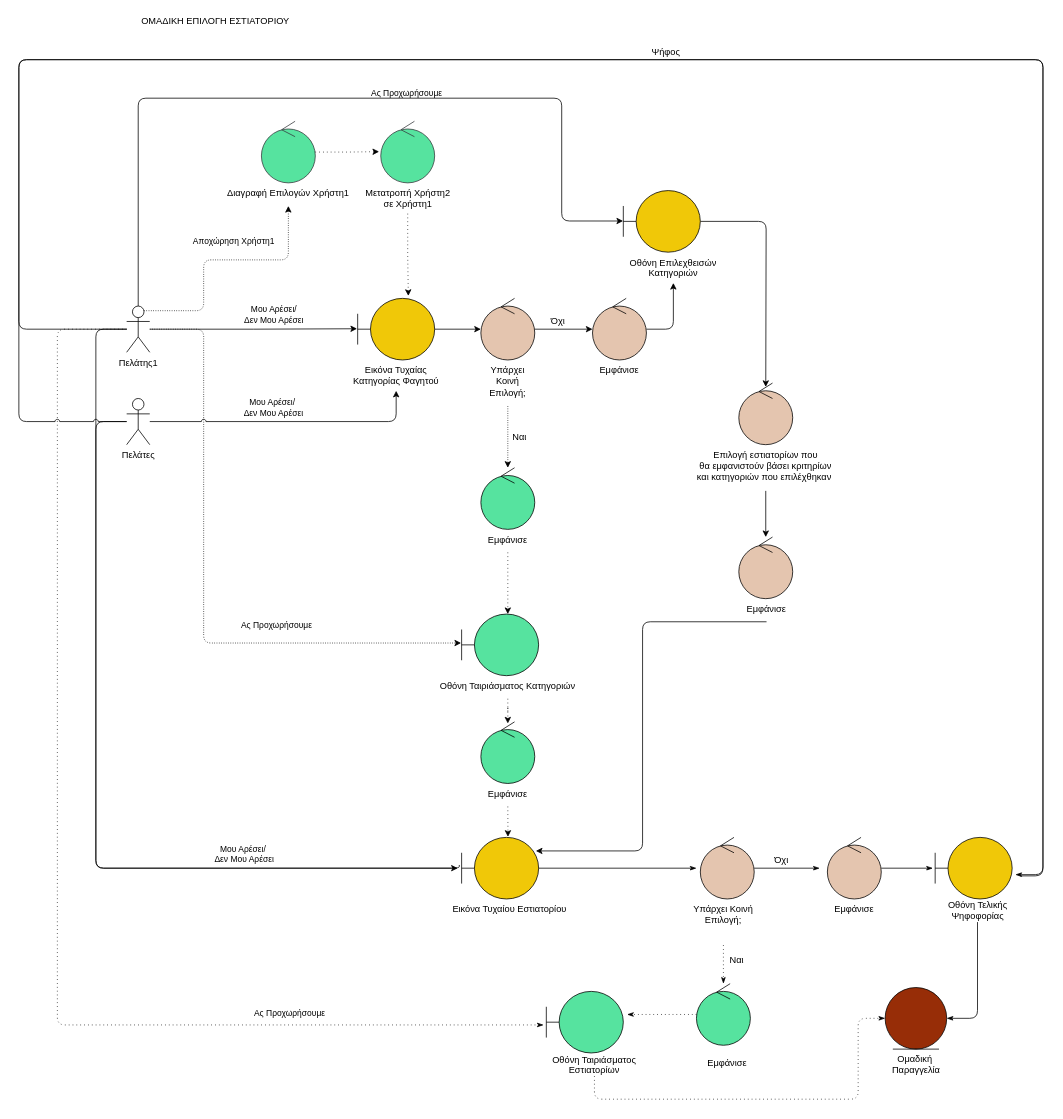
The draw.io diagram docs/contributions/AthanasiaZ/Writing-Charts/Phase4/robustness_team_choice_restaurant.drawio in iloudaros/nomnomr, before the edit. Source tidied: cells renumbered, new cells numbered last; positions are measured from the earlier drawing's top-left corner, leaving out a move shared by most shapes. Both pictures are drawn from the tidied source at 77%, with x=0, y=0 at pixel (18, 13).
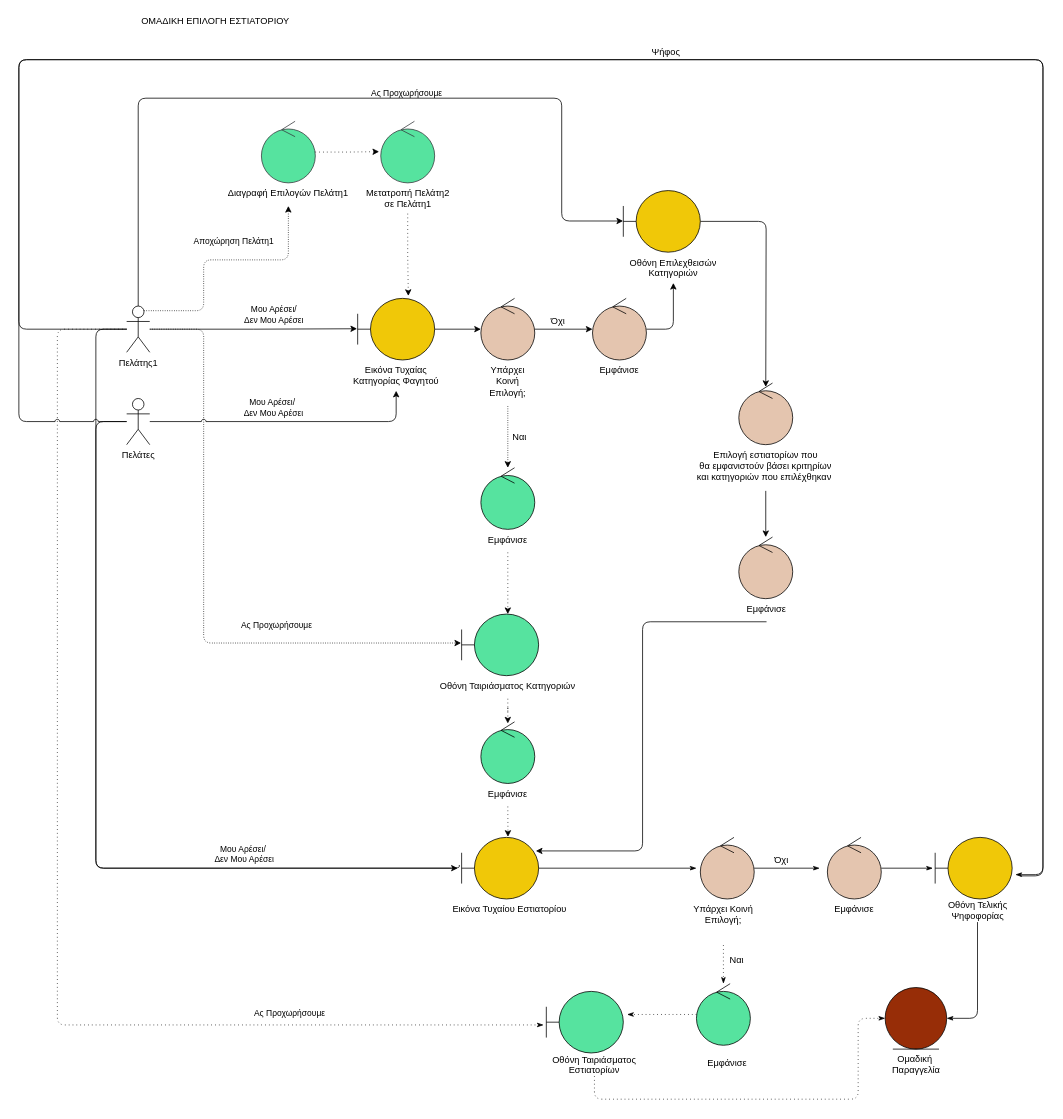
After the change.

The change refers to these unchanged cells:
```xml
<mxCell id="10" style="edgeStyle=orthogonalEdgeStyle;rounded=1;jettySize=auto;html=1;fillColor=#ffff88;strokeColor=#000000;dashed=1;dashPattern=1 2;entryX=0.5;entryY=1;entryDx=0;entryDy=0;exitX=0.75;exitY=0.1;exitDx=0;exitDy=0;exitPerimeter=0;" parent="1" edge="1" source="9" target="44">
  <mxGeometry relative="1" as="geometry">
    <Array as="points">
      <mxPoint x="240" y="386" />
      <mxPoint x="240" y="320" />
      <mxPoint x="350" y="320" />
    </Array>
  </mxGeometry>
</mxCell>
```

The edit, as a diff of the source:
```diff
@@
-    <mxCell id="11" value="Αποχώρηση Χρήστη1" style="edgeLabel;html=1;align=center;verticalAlign=middle;labelBackgroundColor=none;" parent="10" vertex="1">
+    <mxCell id="11" value="Αποχώρηση Πελάτη1" style="edgeLabel;html=1;align=center;verticalAlign=middle;labelBackgroundColor=none;" parent="10" vertex="1">
       <mxGeometry x="0.5" y="-1" relative="1" as="geometry">
         <mxPoint x="-61" y="-26" as="offset" />
       </mxGeometry>
     </mxCell>
@@
-    <mxCell id="44" value="&lt;span style=&quot;font-family: helvetica; font-size: 12px; font-style: normal; font-weight: 400; letter-spacing: normal; text-indent: 0px; text-transform: none; word-spacing: 0px; display: inline; float: none;&quot;&gt;Διαγραφή Επιλογών Χρήστη1&lt;/span&gt;" style="text;whiteSpace=wrap;html=1;align=center;labelBackgroundColor=none;fontColor=default;" parent="1" vertex="1">
+    <mxCell id="44" value="&lt;span style=&quot;font-family: helvetica; font-size: 12px; font-style: normal; font-weight: 400; letter-spacing: normal; text-indent: 0px; text-transform: none; word-spacing: 0px; display: inline; float: none;&quot;&gt;Διαγραφή Επιλογών Πελάτη1&lt;/span&gt;" style="text;whiteSpace=wrap;html=1;align=center;labelBackgroundColor=none;fontColor=default;" parent="1" vertex="1">
       <mxGeometry x="255" y="220" width="190" height="30" as="geometry" />
     </mxCell>
-    <mxCell id="45" value="&lt;span style=&quot;font-family: helvetica; font-size: 12px; font-style: normal; font-weight: 400; letter-spacing: normal; text-indent: 0px; text-transform: none; word-spacing: 0px; display: inline; float: none;&quot;&gt;Μετατροπή Χρήστη2&lt;br&gt;σε Χρήστη1&lt;/span&gt;" style="text;whiteSpace=wrap;html=1;align=center;labelBackgroundColor=none;fontColor=default;" parent="1" vertex="1">
+    <mxCell id="45" value="&lt;span style=&quot;font-family: helvetica; font-size: 12px; font-style: normal; font-weight: 400; letter-spacing: normal; text-indent: 0px; text-transform: none; word-spacing: 0px; display: inline; float: none;&quot;&gt;Μετατροπή Πελάτη2&lt;br&gt;σε Πελάτη1&lt;/span&gt;" style="text;whiteSpace=wrap;html=1;align=center;labelBackgroundColor=none;fontColor=default;" parent="1" vertex="1">
       <mxGeometry x="437.5" y="220" width="135" height="40" as="geometry" />
     </mxCell>
```
